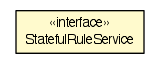
This is apidocs/org/dayatang/rule/StatefulRuleService.png from dayatang/dddlib, a Graphviz export, as it was before one commit. Its source is kept beside it as apidocs/org/dayatang/rule/StatefulRuleService.dot.
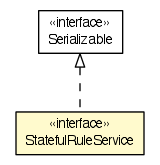
The same diagram one commit later.

Change to the diagram source:
```diff
@@ -4,10 +4,17 @@
 	node [fontname="Helvetica",fontsize=10,shape=plaintext];
 	nodesep=0.25;
 	ranksep=0.5;
-	c89148 [label=<<table title="org.dayatang.rule.StatefulRuleService" border="0" cellborder="1" cellspacing="0" cellpadding="2" port="p" bgcolor="lemonChiffon" href="./StatefulRuleService.html">
+	c88909 [label=<<table title="org.dayatang.rule.StatefulRuleService" border="0" cellborder="1" cellspacing="0" cellpadding="2" port="p" bgcolor="lemonChiffon" href="./StatefulRuleService.html">
 		<tr><td><table border="0" cellspacing="0" cellpadding="1">
 <tr><td align="center" balign="center"> &#171;interface&#187; </td></tr>
 <tr><td align="center" balign="center"> StatefulRuleService </td></tr>
 		</table></td></tr>
 		</table>>, URL="./StatefulRuleService.html", fontname="Helvetica", fontcolor="black", fontsize=10.0];
+	c89019:p -> c88909:p [dir=back,arrowtail=empty,style=dashed];
+	c89019 [label=<<table title="java.io.Serializable" border="0" cellborder="1" cellspacing="0" cellpadding="2" port="p" href="http://download.oracle.com/javase/7/docs/api/java/io/Serializable.html">
+		<tr><td><table border="0" cellspacing="0" cellpadding="1">
+<tr><td align="center" balign="center"> &#171;interface&#187; </td></tr>
+<tr><td align="center" balign="center"> Serializable </td></tr>
+		</table></td></tr>
+		</table>>, URL="http://download.oracle.com/javase/7/docs/api/java/io/Serializable.html", fontname="Helvetica", fontcolor="black", fontsize=10.0];
 }
```
